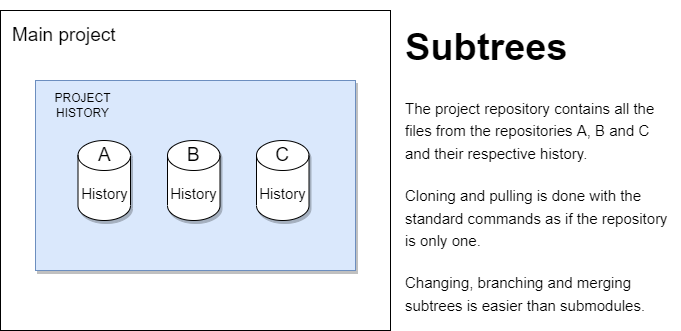
Above: Assets/images/git-subtrees.png in braboj/tutorial-git (draw.io), before the change. Source tidied: cells renumbered, new cells last; positions are measured from the earlier drawing's top-left corner, leaving out a move shared by most shapes. Its diagram source:
```xml
<mxGraphModel>
  <root>
    <mxCell id="0" />
    <mxCell id="1" parent="0" />
    <mxCell id="2" style="rounded=0;whiteSpace=wrap;html=1;" parent="1" vertex="1">
      <mxGeometry width="390" height="320" as="geometry" />
    </mxCell>
    <mxCell id="3" style="rounded=0;whiteSpace=wrap;html=1;fillColor=#dae8fc;strokeColor=#6c8ebf;shadow=1;" parent="1" vertex="1">
      <mxGeometry x="35" y="70" width="320" height="190" as="geometry" />
    </mxCell>
    <mxCell id="4" value="Main project" style="text;html=1;strokeColor=none;fillColor=none;align=left;verticalAlign=middle;whiteSpace=wrap;rounded=0;fontSize=19;" parent="1" vertex="1">
      <mxGeometry x="10" y="10" width="125" height="30" as="geometry" />
    </mxCell>
    <mxCell id="5" value="&lt;h1&gt;Subtrees&lt;/h1&gt;&lt;p&gt;&lt;span style=&quot;font-size: 15px&quot;&gt;The project repository contains all the files from the repositories A, B and C and their respective history.&lt;/span&gt;&lt;/p&gt;&lt;p&gt;&lt;span style=&quot;font-size: 15px&quot;&gt;Cloning and pulling is done with the standard commands as if the repository is only one.&lt;/span&gt;&lt;/p&gt;&lt;p&gt;&lt;span style=&quot;font-size: 15px&quot;&gt;Changing, branching and merging subtrees is easier than submodules.&lt;/span&gt;&lt;/p&gt;&lt;p&gt;&lt;span style=&quot;font-size: 15px&quot;&gt;&lt;br&gt;&lt;/span&gt;&lt;/p&gt;" style="text;html=1;strokeColor=none;fillColor=none;spacing=5;spacingTop=-20;whiteSpace=wrap;overflow=hidden;rounded=0;fontSize=19;" parent="1" vertex="1">
      <mxGeometry x="400" width="280" height="320" as="geometry" />
    </mxCell>
    <mxCell id="6" value="History" style="shape=cylinder3;whiteSpace=wrap;html=1;boundedLbl=1;backgroundOutline=1;size=15;rounded=0;fontSize=15;shadow=1;" parent="1" vertex="1">
      <mxGeometry x="77.5" y="130" width="52.5" height="80" as="geometry" />
    </mxCell>
    <mxCell id="7" value="History" style="shape=cylinder3;whiteSpace=wrap;html=1;boundedLbl=1;backgroundOutline=1;size=15;rounded=0;fontSize=15;shadow=1;" parent="1" vertex="1">
      <mxGeometry x="167" y="130" width="52.5" height="80" as="geometry" />
    </mxCell>
    <mxCell id="8" value="History" style="shape=cylinder3;whiteSpace=wrap;html=1;boundedLbl=1;backgroundOutline=1;size=15;rounded=0;fontSize=15;shadow=1;" parent="1" vertex="1">
      <mxGeometry x="256" y="130" width="52.5" height="80" as="geometry" />
    </mxCell>
    <mxCell id="9" value="C" style="text;html=1;strokeColor=none;fillColor=none;align=center;verticalAlign=middle;whiteSpace=wrap;rounded=0;fontSize=19;" parent="1" vertex="1">
      <mxGeometry x="272.2" y="130" width="20" height="30" as="geometry" />
    </mxCell>
    <mxCell id="10" value="B" style="text;html=1;strokeColor=none;fillColor=none;align=left;verticalAlign=middle;whiteSpace=wrap;rounded=0;fontSize=19;" parent="1" vertex="1">
      <mxGeometry x="185" y="130" width="15" height="30" as="geometry" />
    </mxCell>
    <mxCell id="11" value="A" style="text;html=1;strokeColor=none;fillColor=none;align=left;verticalAlign=middle;whiteSpace=wrap;rounded=0;fontSize=19;" parent="1" vertex="1">
      <mxGeometry x="96" y="130" width="15" height="30" as="geometry" />
    </mxCell>
    <mxCell id="12" value="PROJECT&lt;br&gt;HISTORY" style="text;html=1;strokeColor=none;fillColor=none;align=center;verticalAlign=middle;whiteSpace=wrap;rounded=0;" parent="1" vertex="1">
      <mxGeometry x="45" y="80" width="75" height="30" as="geometry" />
    </mxCell>
  </root>
</mxGraphModel>
```
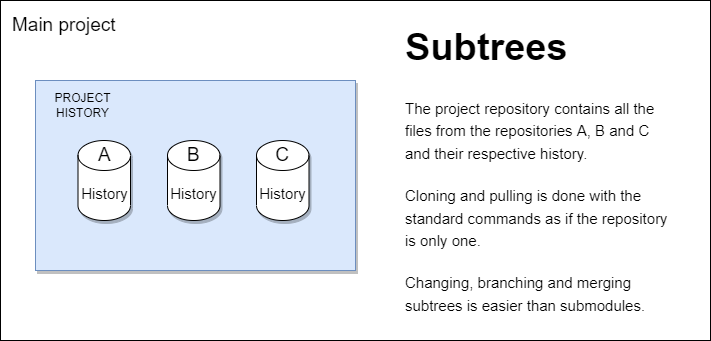
The same diagram one commit later.

Change to the diagram source:
```diff
@@ -1,15 +1,15 @@
-<mxGraphModel>
+<mxGraphModel background="#ffffff">
   <root>
     <mxCell id="0" />
     <mxCell id="1" parent="0" />
     <mxCell id="2" style="rounded=0;whiteSpace=wrap;html=1;" parent="1" vertex="1">
-      <mxGeometry width="390" height="320" as="geometry" />
+      <mxGeometry y="-10" width="710" height="340" as="geometry" />
     </mxCell>
     <mxCell id="3" style="rounded=0;whiteSpace=wrap;html=1;fillColor=#dae8fc;strokeColor=#6c8ebf;shadow=1;" parent="1" vertex="1">
       <mxGeometry x="35" y="70" width="320" height="190" as="geometry" />
     </mxCell>
     <mxCell id="4" value="Main project" style="text;html=1;strokeColor=none;fillColor=none;align=left;verticalAlign=middle;whiteSpace=wrap;rounded=0;fontSize=19;" parent="1" vertex="1">
-      <mxGeometry x="10" y="10" width="125" height="30" as="geometry" />
+      <mxGeometry x="10" width="125" height="30" as="geometry" />
     </mxCell>
     <mxCell id="5" value="&lt;h1&gt;Subtrees&lt;/h1&gt;&lt;p&gt;&lt;span style=&quot;font-size: 15px&quot;&gt;The project repository contains all the files from the repositories A, B and C and their respective history.&lt;/span&gt;&lt;/p&gt;&lt;p&gt;&lt;span style=&quot;font-size: 15px&quot;&gt;Cloning and pulling is done with the standard commands as if the repository is only one.&lt;/span&gt;&lt;/p&gt;&lt;p&gt;&lt;span style=&quot;font-size: 15px&quot;&gt;Changing, branching and merging subtrees is easier than submodules.&lt;/span&gt;&lt;/p&gt;&lt;p&gt;&lt;span style=&quot;font-size: 15px&quot;&gt;&lt;br&gt;&lt;/span&gt;&lt;/p&gt;" style="text;html=1;strokeColor=none;fillColor=none;spacing=5;spacingTop=-20;whiteSpace=wrap;overflow=hidden;rounded=0;fontSize=19;" parent="1" vertex="1">
       <mxGeometry x="400" width="280" height="320" as="geometry" />
```
